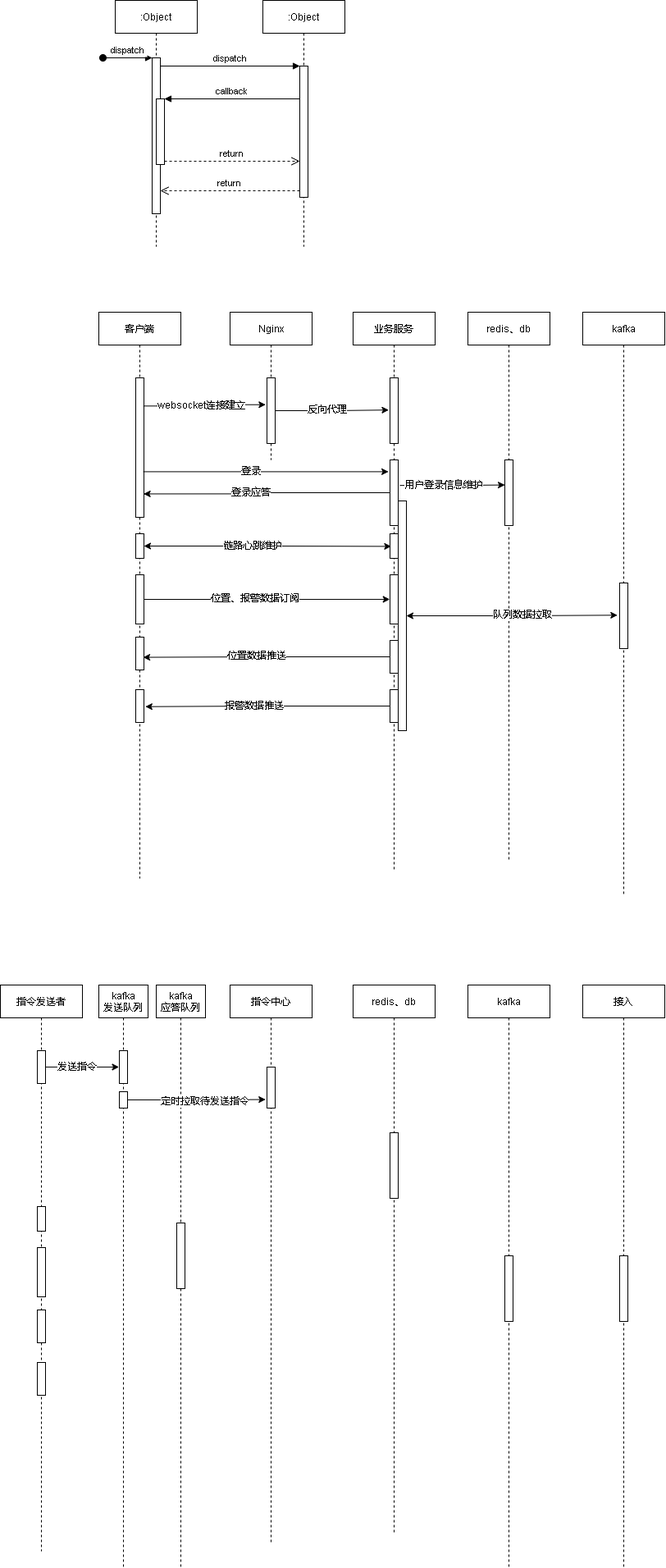
The draw.io diagram cgopro关键业务.drawio.png in xktder/draw, before a commit. Source tidied: cells renumbered, new cells last; positions are measured from the earlier drawing's top-left corner, leaving out a move shared by most shapes.
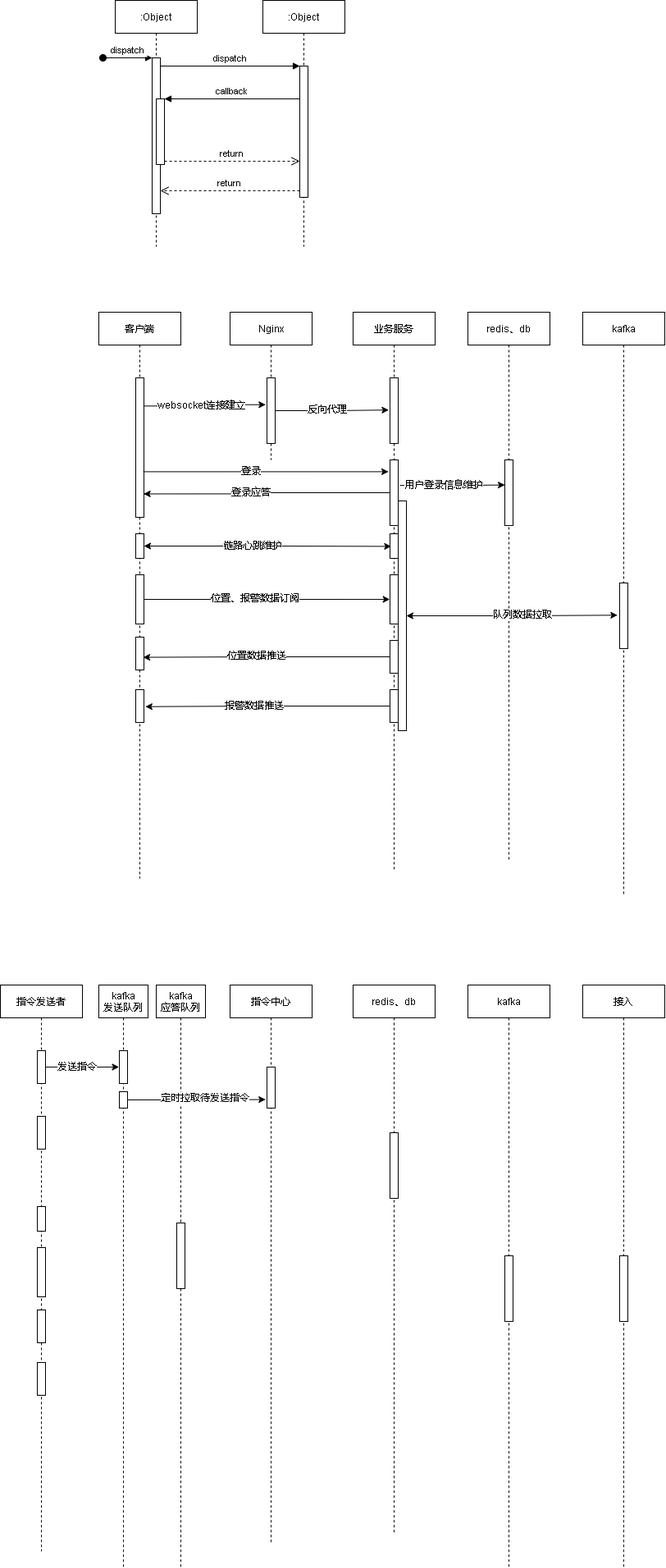
Later version of the same file.

Commit message:
更新cgopro关键业务.drawio.png

Change to the diagram source:
```diff
@@ -174,6 +174,9 @@
     <mxCell id="57" style="perimeter=orthogonalPerimeter;rounded=0;shadow=0;strokeWidth=1;" parent="52" vertex="1">
       <mxGeometry x="45" y="460" width="10" height="40" as="geometry" />
     </mxCell>
+    <mxCell id="75" style="perimeter=orthogonalPerimeter;rounded=0;shadow=0;strokeWidth=1;" parent="52" vertex="1">
+      <mxGeometry x="45" y="160" width="10" height="40" as="geometry" />
+    </mxCell>
     <mxCell id="58" value="指令中心" style="shape=umlLifeline;perimeter=lifelinePerimeter;rounded=0;shadow=0;strokeWidth=1;" parent="1" vertex="1">
       <mxGeometry x="280" y="1200" width="100" height="680" as="geometry" />
     </mxCell>
@@ -223,7 +226,9 @@
       <mxGeometry relative="1" as="geometry" />
     </mxCell>
     <mxCell id="74" value="定时拉取待发送指令" style="edgeLabel;html=1;align=center;verticalAlign=middle;" parent="73" vertex="1">
-      <mxGeometry x="0.12" y="-2" relative="1" as="geometry" />
+      <mxGeometry x="0.12" y="-2" relative="1" as="geometry">
+        <mxPoint y="-4" as="offset" />
+      </mxGeometry>
     </mxCell>
   </root>
 </mxGraphModel>
```
